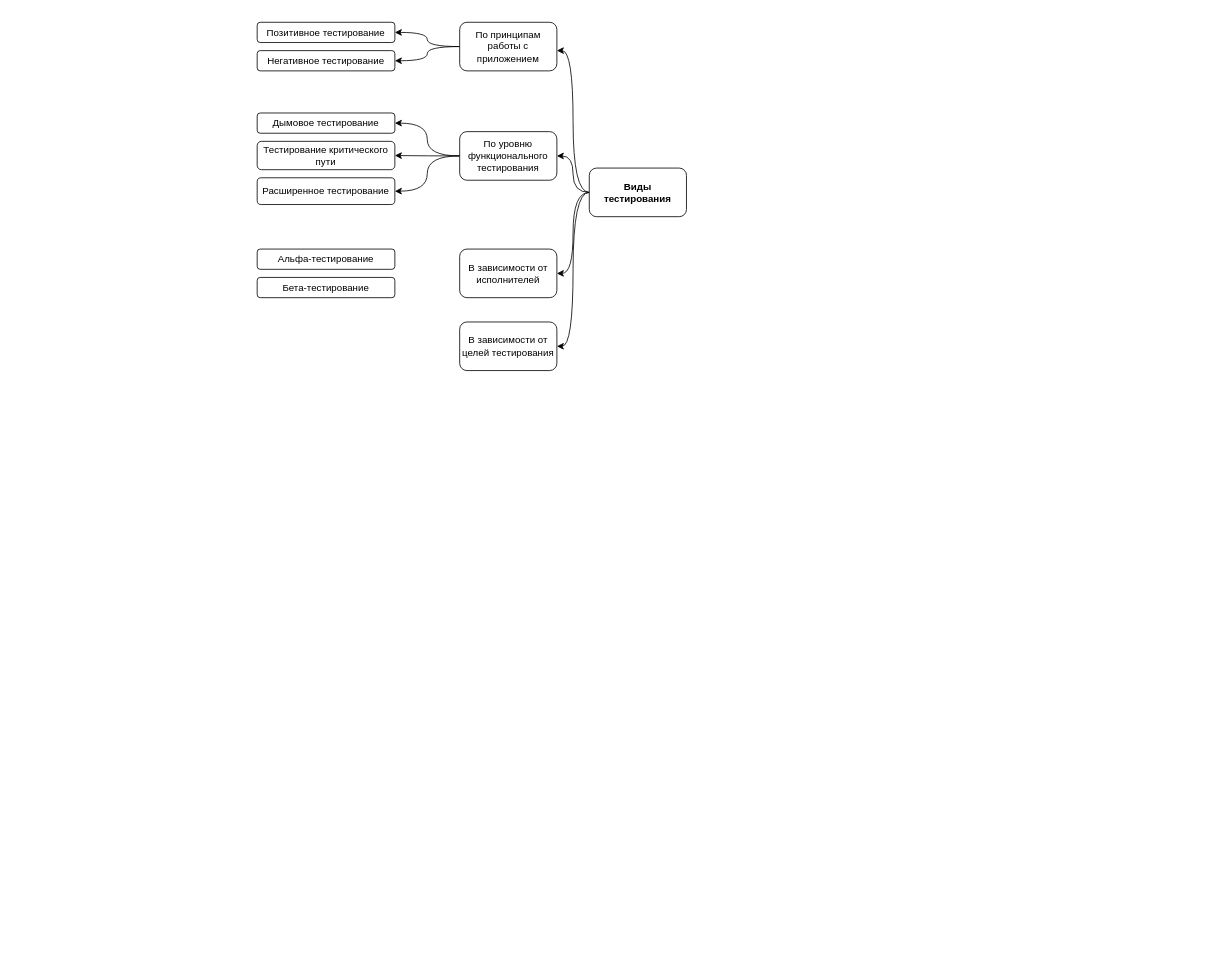
Above: Untitled Diagram.drawio in PeresadaMY/Test (draw.io), before the change. Source tidied: cells renumbered, new cells numbered last; positions are measured from the earlier drawing's top-left corner, leaving out a move shared by most shapes. Both pictures are drawn from the tidied source at 81%, with x=0, y=0 at pixel (257, 22).
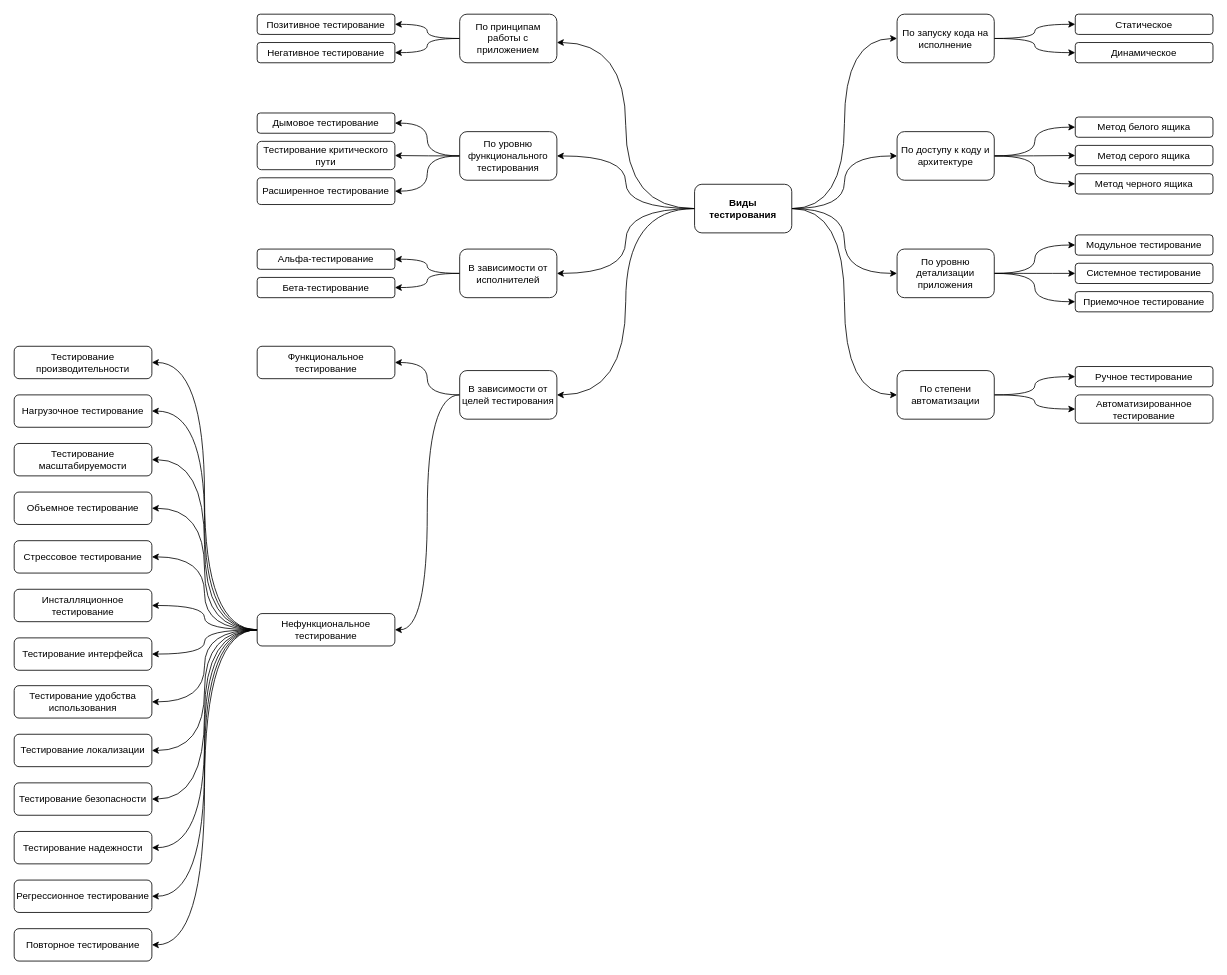
Above is the later version.

Unchanged cells that the change refers to:
```xml
<mxCell id="14" value="В зависимости от исполнителей" style="rounded=1;whiteSpace=wrap;html=1;comic=0;" parent="1" vertex="1">
  <mxGeometry x="250" y="280" width="120" height="60" as="geometry" />
</mxCell>
```

Diff of the diagram source:
```diff
@@
+    <mxCell id="23" style="edgeStyle=orthogonalEdgeStyle;curved=1;rounded=0;jettySize=auto;html=1;entryX=0;entryY=0.5;entryDx=0;entryDy=0;" parent="1" edge="1" source="6" target="33">
+      <mxGeometry relative="1" as="geometry" />
+    </mxCell>
+    <mxCell id="24" style="edgeStyle=orthogonalEdgeStyle;curved=1;rounded=0;jettySize=auto;html=1;entryX=0;entryY=0.5;entryDx=0;entryDy=0;" parent="1" edge="1" source="6" target="37">
+      <mxGeometry relative="1" as="geometry" />
+    </mxCell>
+    <mxCell id="25" style="edgeStyle=orthogonalEdgeStyle;curved=1;rounded=0;jettySize=auto;html=1;entryX=0;entryY=0.5;entryDx=0;entryDy=0;" parent="1" edge="1" source="6" target="41">
+      <mxGeometry relative="1" as="geometry" />
+    </mxCell>
+    <mxCell id="26" style="edgeStyle=orthogonalEdgeStyle;curved=1;rounded=0;jettySize=auto;html=1;entryX=0;entryY=0.5;entryDx=0;entryDy=0;" parent="1" edge="1" source="6" target="44">
+      <mxGeometry relative="1" as="geometry" />
+    </mxCell>
     <mxCell id="6" value="Виды тестирования" style="rounded=1;whiteSpace=wrap;html=1;comic=0;fontStyle=1;" parent="1" vertex="1">
-      <mxGeometry x="410" y="180" width="120" height="60" as="geometry" />
+      <mxGeometry x="540" y="200" width="120" height="60" as="geometry" />
     </mxCell>
@@
     <mxCell id="9" value="По принципам работы с приложением" style="rounded=1;whiteSpace=wrap;html=1;comic=0;" parent="1" vertex="1">
-      <mxGeometry x="250" width="120" height="60" as="geometry" />
+      <mxGeometry x="250" y="-10" width="120" height="60" as="geometry" />
     </mxCell>
@@
+    <mxCell id="27" style="edgeStyle=orthogonalEdgeStyle;curved=1;rounded=0;jettySize=auto;html=1;entryX=1;entryY=0.5;entryDx=0;entryDy=0;" parent="1" edge="1" source="14" target="21">
+      <mxGeometry relative="1" as="geometry" />
+    </mxCell>
+    <mxCell id="28" style="edgeStyle=orthogonalEdgeStyle;curved=1;rounded=0;jettySize=auto;html=1;entryX=1;entryY=0.5;entryDx=0;entryDy=0;" parent="1" edge="1" source="14" target="22">
+      <mxGeometry relative="1" as="geometry" />
+    </mxCell>
@@
+    <mxCell id="29" style="edgeStyle=orthogonalEdgeStyle;curved=1;rounded=0;jettySize=auto;html=1;entryX=1;entryY=0.5;entryDx=0;entryDy=0;" parent="1" edge="1" source="15" target="58">
+      <mxGeometry relative="1" as="geometry" />
+    </mxCell>
+    <mxCell id="30" style="edgeStyle=orthogonalEdgeStyle;curved=1;rounded=0;jettySize=auto;html=1;entryX=1;entryY=0.5;entryDx=0;entryDy=0;" parent="1" edge="1" source="15" target="59">
+      <mxGeometry relative="1" as="geometry" />
+    </mxCell>
     <mxCell id="15" value="В зависимости от целей тестирования" style="rounded=1;whiteSpace=wrap;html=1;comic=0;" parent="1" vertex="1">
-      <mxGeometry x="250" y="370" width="120" height="60" as="geometry" />
+      <mxGeometry x="250" y="430" width="120" height="60" as="geometry" />
     </mxCell>
-    <mxCell id="16" value="Позитивное тестирование" style="rounded=1;whiteSpace=wrap;html=1;comic=0;" parent="1" vertex="1">
-      <mxGeometry width="170" height="25" as="geometry" />
-    </mxCell>
-    <mxCell id="17" value="Негативное тестирование" style="rounded=1;whiteSpace=wrap;html=1;comic=0;" parent="1" vertex="1">
-      <mxGeometry y="35" width="170" height="25" as="geometry" />
-    </mxCell>
+    <mxCell id="31" style="edgeStyle=orthogonalEdgeStyle;curved=1;rounded=0;jettySize=auto;html=1;entryX=0;entryY=0.5;entryDx=0;entryDy=0;" parent="1" edge="1" source="33" target="73">
+      <mxGeometry relative="1" as="geometry" />
+    </mxCell>
+    <mxCell id="32" style="edgeStyle=orthogonalEdgeStyle;curved=1;rounded=0;jettySize=auto;html=1;entryX=0;entryY=0.5;entryDx=0;entryDy=0;" parent="1" edge="1" source="33" target="74">
+      <mxGeometry relative="1" as="geometry" />
+    </mxCell>
+    <mxCell id="33" value="По запуску кода на исполнение" style="rounded=1;whiteSpace=wrap;html=1;comic=0;" parent="1" vertex="1">
+      <mxGeometry x="790" y="-10" width="120" height="60" as="geometry" />
+    </mxCell>
+    <mxCell id="34" style="edgeStyle=orthogonalEdgeStyle;curved=1;rounded=0;jettySize=auto;html=1;entryX=0;entryY=0.5;entryDx=0;entryDy=0;" parent="1" edge="1" source="37" target="75">
+      <mxGeometry relative="1" as="geometry" />
+    </mxCell>
+    <mxCell id="35" style="edgeStyle=orthogonalEdgeStyle;curved=1;rounded=0;jettySize=auto;html=1;entryX=0;entryY=0.5;entryDx=0;entryDy=0;" parent="1" edge="1" source="37" target="76">
+      <mxGeometry relative="1" as="geometry" />
+    </mxCell>
+    <mxCell id="36" style="edgeStyle=orthogonalEdgeStyle;curved=1;rounded=0;jettySize=auto;html=1;entryX=0;entryY=0.5;entryDx=0;entryDy=0;" parent="1" edge="1" source="37" target="77">
+      <mxGeometry relative="1" as="geometry" />
+    </mxCell>
+    <mxCell id="37" value="По доступу к коду и архитектуре" style="rounded=1;whiteSpace=wrap;html=1;comic=0;" parent="1" vertex="1">
+      <mxGeometry x="790" y="135" width="120" height="60" as="geometry" />
+    </mxCell>
+    <mxCell id="38" style="edgeStyle=orthogonalEdgeStyle;curved=1;rounded=0;jettySize=auto;html=1;" parent="1" edge="1" source="41" target="78">
+      <mxGeometry relative="1" as="geometry" />
+    </mxCell>
+    <mxCell id="39" style="edgeStyle=orthogonalEdgeStyle;curved=1;rounded=0;jettySize=auto;html=1;" parent="1" edge="1" source="41" target="79">
+      <mxGeometry relative="1" as="geometry" />
+    </mxCell>
+    <mxCell id="40" style="edgeStyle=orthogonalEdgeStyle;curved=1;rounded=0;jettySize=auto;html=1;" parent="1" edge="1" source="41" target="80">
+      <mxGeometry relative="1" as="geometry" />
+    </mxCell>
+    <mxCell id="41" value="По уровню детализации приложения" style="rounded=1;whiteSpace=wrap;html=1;comic=0;" parent="1" vertex="1">
+      <mxGeometry x="790" y="280" width="120" height="60" as="geometry" />
+    </mxCell>
+    <mxCell id="42" style="edgeStyle=orthogonalEdgeStyle;curved=1;rounded=0;jettySize=auto;html=1;" parent="1" edge="1" source="44" target="81">
+      <mxGeometry relative="1" as="geometry" />
+    </mxCell>
+    <mxCell id="43" style="edgeStyle=orthogonalEdgeStyle;curved=1;rounded=0;jettySize=auto;html=1;" parent="1" edge="1" source="44" target="82">
+      <mxGeometry relative="1" as="geometry" />
+    </mxCell>
+    <mxCell id="44" value="По степени автоматизации" style="rounded=1;whiteSpace=wrap;html=1;comic=0;" parent="1" vertex="1">
+      <mxGeometry x="790" y="430" width="120" height="60" as="geometry" />
+    </mxCell>
+    <mxCell id="45" style="edgeStyle=orthogonalEdgeStyle;curved=1;rounded=0;jettySize=auto;html=1;entryX=1;entryY=0.5;entryDx=0;entryDy=0;" parent="1" edge="1" source="58" target="72">
+      <mxGeometry relative="1" as="geometry" />
+    </mxCell>
+    <mxCell id="46" style="edgeStyle=orthogonalEdgeStyle;curved=1;rounded=0;jettySize=auto;html=1;entryX=1;entryY=0.5;entryDx=0;entryDy=0;" parent="1" edge="1" source="58" target="67">
+      <mxGeometry relative="1" as="geometry" />
+    </mxCell>
+    <mxCell id="47" style="edgeStyle=orthogonalEdgeStyle;curved=1;rounded=0;jettySize=auto;html=1;entryX=1;entryY=0.5;entryDx=0;entryDy=0;" parent="1" edge="1" source="58" target="68">
+      <mxGeometry relative="1" as="geometry" />
+    </mxCell>
+    <mxCell id="48" style="edgeStyle=orthogonalEdgeStyle;curved=1;rounded=0;jettySize=auto;html=1;entryX=1;entryY=0.5;entryDx=0;entryDy=0;" parent="1" edge="1" source="58" target="69">
+      <mxGeometry relative="1" as="geometry" />
+    </mxCell>
+    <mxCell id="49" style="edgeStyle=orthogonalEdgeStyle;curved=1;rounded=0;jettySize=auto;html=1;entryX=1;entryY=0.5;entryDx=0;entryDy=0;" parent="1" edge="1" source="58" target="70">
+      <mxGeometry relative="1" as="geometry" />
+    </mxCell>
+    <mxCell id="50" style="edgeStyle=orthogonalEdgeStyle;curved=1;rounded=0;jettySize=auto;html=1;entryX=1;entryY=0.5;entryDx=0;entryDy=0;" parent="1" edge="1" source="58" target="71">
+      <mxGeometry relative="1" as="geometry" />
+    </mxCell>
+    <mxCell id="51" style="edgeStyle=orthogonalEdgeStyle;curved=1;rounded=0;jettySize=auto;html=1;entryX=1;entryY=0.5;entryDx=0;entryDy=0;" parent="1" edge="1" source="58" target="60">
+      <mxGeometry relative="1" as="geometry" />
+    </mxCell>
+    <mxCell id="52" style="edgeStyle=orthogonalEdgeStyle;curved=1;rounded=0;jettySize=auto;html=1;entryX=1;entryY=0.5;entryDx=0;entryDy=0;" parent="1" edge="1" source="58" target="61">
+      <mxGeometry relative="1" as="geometry" />
+    </mxCell>
+    <mxCell id="53" style="edgeStyle=orthogonalEdgeStyle;curved=1;rounded=0;jettySize=auto;html=1;entryX=1;entryY=0.5;entryDx=0;entryDy=0;" parent="1" edge="1" source="58" target="62">
+      <mxGeometry relative="1" as="geometry" />
+    </mxCell>
+    <mxCell id="54" style="edgeStyle=orthogonalEdgeStyle;curved=1;rounded=0;jettySize=auto;html=1;entryX=1;entryY=0.5;entryDx=0;entryDy=0;" parent="1" edge="1" source="58" target="63">
+      <mxGeometry relative="1" as="geometry" />
+    </mxCell>
+    <mxCell id="55" style="edgeStyle=orthogonalEdgeStyle;curved=1;rounded=0;jettySize=auto;html=1;entryX=1;entryY=0.5;entryDx=0;entryDy=0;" parent="1" edge="1" source="58" target="64">
+      <mxGeometry relative="1" as="geometry" />
+    </mxCell>
+    <mxCell id="56" style="edgeStyle=orthogonalEdgeStyle;curved=1;rounded=0;jettySize=auto;html=1;entryX=1;entryY=0.5;entryDx=0;entryDy=0;" parent="1" edge="1" source="58" target="65">
+      <mxGeometry relative="1" as="geometry" />
+    </mxCell>
+    <mxCell id="57" style="edgeStyle=orthogonalEdgeStyle;curved=1;rounded=0;jettySize=auto;html=1;entryX=1;entryY=0.5;entryDx=0;entryDy=0;" parent="1" edge="1" source="58" target="66">
+      <mxGeometry relative="1" as="geometry" />
+    </mxCell>
+    <mxCell id="58" value="Нефункциональное тестирование" style="rounded=1;whiteSpace=wrap;html=1;comic=0;" parent="1" vertex="1">
+      <mxGeometry y="730" width="170" height="40" as="geometry" />
+    </mxCell>
+    <mxCell id="59" value="Функциональное тестирование" style="rounded=1;whiteSpace=wrap;html=1;comic=0;" parent="1" vertex="1">
+      <mxGeometry y="400" width="170" height="40" as="geometry" />
+    </mxCell>
+    <mxCell id="60" value="Тестирование интерфейса" style="rounded=1;whiteSpace=wrap;html=1;comic=0;" parent="1" vertex="1">
+      <mxGeometry x="-300" y="760" width="170" height="40" as="geometry" />
+    </mxCell>
+    <mxCell id="61" value="Инсталляционное тестирование" style="rounded=1;whiteSpace=wrap;html=1;comic=0;" parent="1" vertex="1">
+      <mxGeometry x="-300" y="700" width="170" height="40" as="geometry" />
+    </mxCell>
+    <mxCell id="62" value="Стрессовое тестирование" style="rounded=1;whiteSpace=wrap;html=1;comic=0;" parent="1" vertex="1">
+      <mxGeometry x="-300" y="640" width="170" height="40" as="geometry" />
+    </mxCell>
+    <mxCell id="63" value="Объемное тестирование" style="rounded=1;whiteSpace=wrap;html=1;comic=0;" parent="1" vertex="1">
+      <mxGeometry x="-300" y="580" width="170" height="40" as="geometry" />
+    </mxCell>
+    <mxCell id="64" value="Тестирование масштабируемости" style="rounded=1;whiteSpace=wrap;html=1;comic=0;" parent="1" vertex="1">
+      <mxGeometry x="-300" y="520" width="170" height="40" as="geometry" />
+    </mxCell>
+    <mxCell id="65" value="Нагрузочное тестирование" style="rounded=1;whiteSpace=wrap;html=1;comic=0;" parent="1" vertex="1">
+      <mxGeometry x="-300" y="460" width="170" height="40" as="geometry" />
+    </mxCell>
+    <mxCell id="66" value="Тестирование производительности" style="rounded=1;whiteSpace=wrap;html=1;comic=0;" parent="1" vertex="1">
+      <mxGeometry x="-300" y="400" width="170" height="40" as="geometry" />
+    </mxCell>
+    <mxCell id="67" value="Регрессионное тестирование" style="rounded=1;whiteSpace=wrap;html=1;comic=0;" parent="1" vertex="1">
+      <mxGeometry x="-300" y="1059" width="170" height="40" as="geometry" />
+    </mxCell>
+    <mxCell id="68" value="Тестирование надежности" style="rounded=1;whiteSpace=wrap;html=1;comic=0;" parent="1" vertex="1">
+      <mxGeometry x="-300" y="999" width="170" height="40" as="geometry" />
+    </mxCell>
+    <mxCell id="69" value="Тестирование безопасности" style="rounded=1;whiteSpace=wrap;html=1;comic=0;" parent="1" vertex="1">
+      <mxGeometry x="-300" y="939" width="170" height="40" as="geometry" />
+    </mxCell>
+    <mxCell id="70" value="Тестирование локализации" style="rounded=1;whiteSpace=wrap;html=1;comic=0;" parent="1" vertex="1">
+      <mxGeometry x="-300" y="879" width="170" height="40" as="geometry" />
+    </mxCell>
+    <mxCell id="71" value="Тестирование удобства использования" style="rounded=1;whiteSpace=wrap;html=1;comic=0;" parent="1" vertex="1">
+      <mxGeometry x="-300" y="819" width="170" height="40" as="geometry" />
+    </mxCell>
+    <mxCell id="72" value="Повторное тестирование" style="rounded=1;whiteSpace=wrap;html=1;comic=0;" parent="1" vertex="1">
+      <mxGeometry x="-300" y="1119" width="170" height="40" as="geometry" />
+    </mxCell>
+    <mxCell id="73" value="Статическое" style="rounded=1;whiteSpace=wrap;html=1;comic=0;" parent="1" vertex="1">
+      <mxGeometry x="1010" y="-10" width="170" height="25" as="geometry" />
+    </mxCell>
+    <mxCell id="74" value="Динамическое&lt;br&gt;" style="rounded=1;whiteSpace=wrap;html=1;comic=0;" parent="1" vertex="1">
+      <mxGeometry x="1010" y="25" width="170" height="25" as="geometry" />
+    </mxCell>
+    <mxCell id="75" value="Метод белого ящика" style="rounded=1;whiteSpace=wrap;html=1;comic=0;" parent="1" vertex="1">
+      <mxGeometry x="1010" y="117" width="170" height="25" as="geometry" />
+    </mxCell>
+    <mxCell id="76" value="Метод серого ящика&lt;br&gt;" style="rounded=1;whiteSpace=wrap;html=1;comic=0;" parent="1" vertex="1">
+      <mxGeometry x="1010" y="152" width="170" height="25" as="geometry" />
+    </mxCell>
+    <mxCell id="77" value="Метод черного ящика&lt;br&gt;" style="rounded=1;whiteSpace=wrap;html=1;comic=0;" parent="1" vertex="1">
+      <mxGeometry x="1010" y="187" width="170" height="25" as="geometry" />
+    </mxCell>
+    <mxCell id="78" value="Модульное тестирование" style="rounded=1;whiteSpace=wrap;html=1;comic=0;" parent="1" vertex="1">
+      <mxGeometry x="1010" y="262.5" width="170" height="25" as="geometry" />
+    </mxCell>
+    <mxCell id="79" value="Системное тестирование&lt;br&gt;" style="rounded=1;whiteSpace=wrap;html=1;comic=0;" parent="1" vertex="1">
+      <mxGeometry x="1010" y="297.5" width="170" height="25" as="geometry" />
+    </mxCell>
+    <mxCell id="80" value="Приемочное тестирование&lt;br&gt;" style="rounded=1;whiteSpace=wrap;html=1;comic=0;" parent="1" vertex="1">
+      <mxGeometry x="1010" y="332.5" width="170" height="25" as="geometry" />
+    </mxCell>
+    <mxCell id="81" value="Ручное тестирование" style="rounded=1;whiteSpace=wrap;html=1;comic=0;" parent="1" vertex="1">
+      <mxGeometry x="1010" y="425" width="170" height="25" as="geometry" />
+    </mxCell>
+    <mxCell id="82" value="Автоматизированное тестирование&lt;br&gt;" style="rounded=1;whiteSpace=wrap;html=1;comic=0;" parent="1" vertex="1">
+      <mxGeometry x="1010" y="460" width="170" height="35" as="geometry" />
+    </mxCell>
+    <mxCell id="21" value="Альфа-тестирование" style="rounded=1;whiteSpace=wrap;html=1;comic=0;" parent="1" vertex="1">
+      <mxGeometry y="280" width="170" height="25" as="geometry" />
+    </mxCell>
+    <mxCell id="22" value="Бета-тестирование" style="rounded=1;whiteSpace=wrap;html=1;comic=0;" parent="1" vertex="1">
+      <mxGeometry y="315" width="170" height="25" as="geometry" />
+    </mxCell>
@@
-    <mxCell id="21" value="Альфа-тестирование" style="rounded=1;whiteSpace=wrap;html=1;comic=0;" parent="1" vertex="1">
-      <mxGeometry y="280" width="170" height="25" as="geometry" />
-    </mxCell>
-    <mxCell id="22" value="Бета-тестирование" style="rounded=1;whiteSpace=wrap;html=1;comic=0;" parent="1" vertex="1">
-      <mxGeometry y="315" width="170" height="25" as="geometry" />
-    </mxCell>
+    <mxCell id="16" value="Позитивное тестирование" style="rounded=1;whiteSpace=wrap;html=1;comic=0;" parent="1" vertex="1">
+      <mxGeometry y="-10" width="170" height="25" as="geometry" />
+    </mxCell>
+    <mxCell id="17" value="Негативное тестирование" style="rounded=1;whiteSpace=wrap;html=1;comic=0;" parent="1" vertex="1">
+      <mxGeometry y="25" width="170" height="25" as="geometry" />
+    </mxCell>
```
